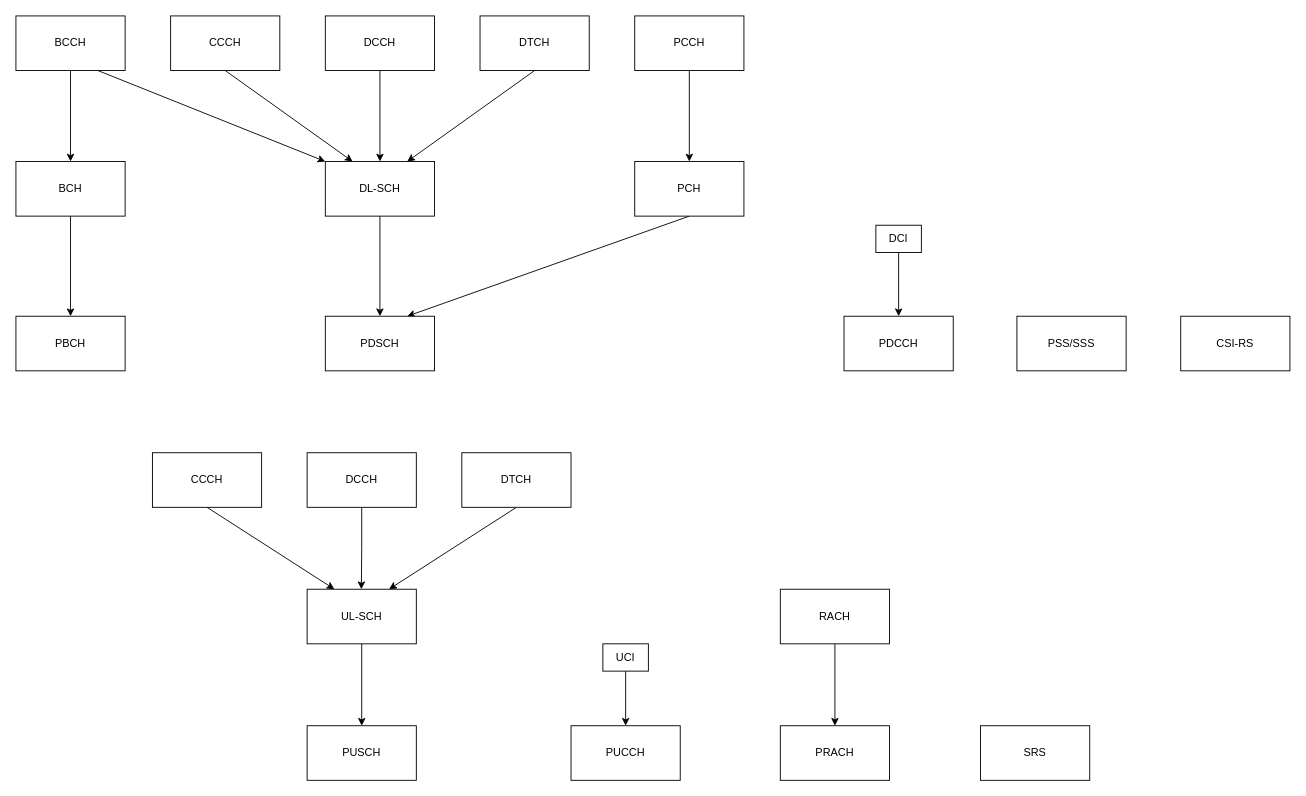
The draw.io diagram page "第 8 页" (8 of 12) of 1.drawio in wubobupt/drawio, before the edit. Source tidied: cells renumbered, new cells numbered last; positions are measured from the earlier drawing's top-left corner, leaving out a move shared by most shapes. Both pictures are drawn from the tidied source at 91%, with x=0, y=0 at pixel (15, 15).
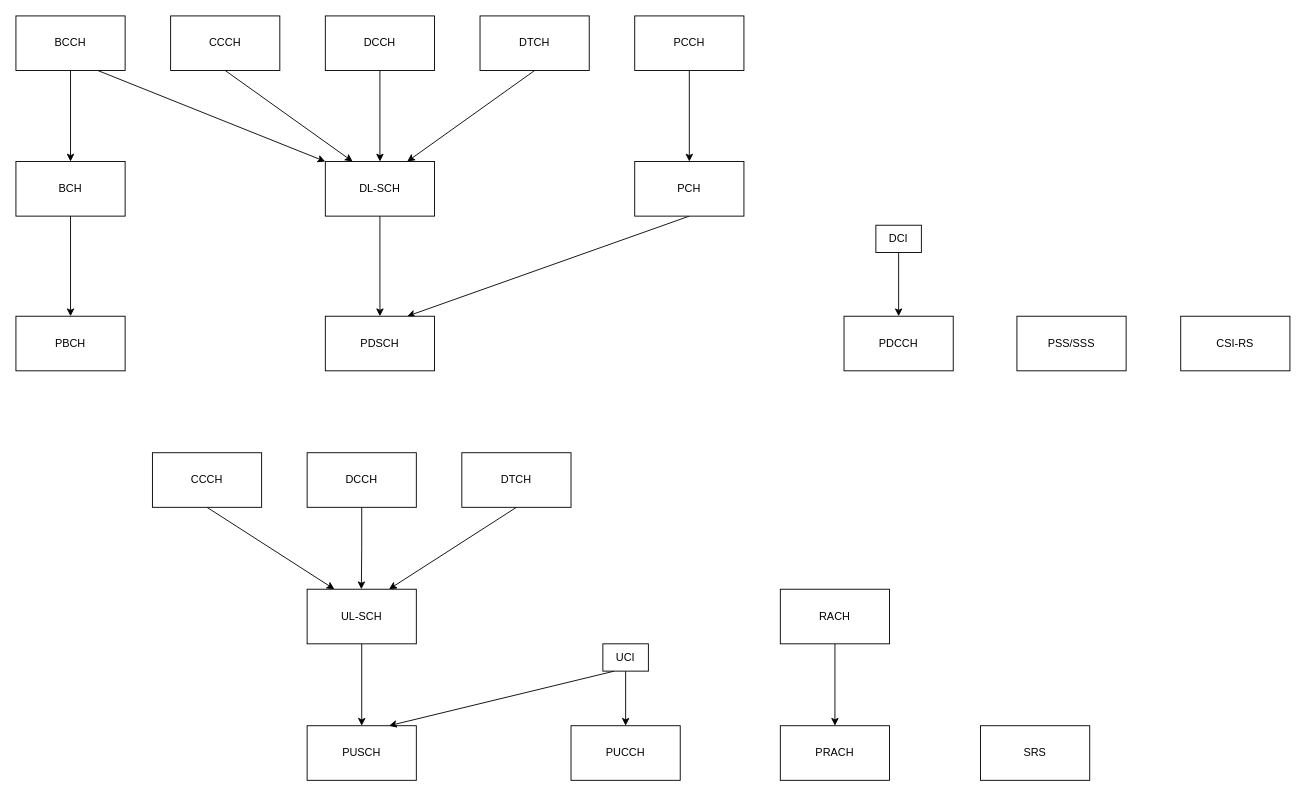
After the change.

The change refers to these unchanged cells:
```xml
<mxCell id="34" value="PUSCH" style="whiteSpace=wrap;html=1;" parent="1" vertex="1">
  <mxGeometry x="320" y="780" width="120" height="60" as="geometry" />
</mxCell>
<mxCell id="37" value="UCI" style="whiteSpace=wrap;html=1;" parent="1" vertex="1">
  <mxGeometry x="645" y="690" width="50" height="30" as="geometry" />
</mxCell>
```

The edit, as a diff of the source:
```diff
@@
+    <mxCell id="42" style="rounded=0;jettySize=auto;html=1;exitX=0.25;exitY=1;exitDx=0;exitDy=0;entryX=0.75;entryY=0;entryDx=0;entryDy=0;" parent="1" edge="1" source="37" target="34">
+      <mxGeometry relative="1" as="geometry" />
+    </mxCell>
```
